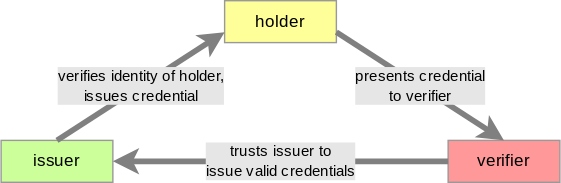
creator-assertions/identity-assertion keeps this draw.io diagram as docs/modules/ROOT/images/trust-model/basic-trust-triangle.drawio.svg. Above is the earlier version. Source tidied: cells renumbered, new cells last; positions are measured from the earlier drawing's top-left corner, leaving out a move shared by most shapes. Its diagram source:
```xml
<mxGraphModel background="#ffffff">
  <root>
    <mxCell id="0" />
    <mxCell id="1" parent="0" />
    <mxCell id="2" value="issuer" style="shape=ext;double=0;rounded=0;whiteSpace=wrap;html=1;fillColor=#CCFF99;fontColor=#000000;strokeColor=#999999;fontFamily=Roboto;fontSource=https%3A%2F%2Ffonts.googleapis.com%2Fcss%3Ffamily%3DRoboto;" parent="1" vertex="1">
      <mxGeometry y="100" width="80" height="30" as="geometry" />
    </mxCell>
    <mxCell id="3" value="verifier" style="shape=ext;double=0;rounded=0;whiteSpace=wrap;html=1;fillColor=#FF9999;fontColor=#000000;strokeColor=#999999;fontFamily=Roboto;fontSource=https%3A%2F%2Ffonts.googleapis.com%2Fcss%3Ffamily%3DRoboto;" parent="1" vertex="1">
      <mxGeometry x="320" y="100" width="80" height="30" as="geometry" />
    </mxCell>
    <mxCell id="4" value="holder" style="shape=ext;double=0;rounded=0;whiteSpace=wrap;html=1;fillColor=#FFFF99;fontColor=#000000;strokeColor=#999999;fontFamily=Roboto;fontSource=https%3A%2F%2Ffonts.googleapis.com%2Fcss%3Ffamily%3DRoboto;" parent="1" vertex="1">
      <mxGeometry x="160" width="80" height="30" as="geometry" />
    </mxCell>
    <mxCell id="5" value="&amp;nbsp; verifies identity&amp;nbsp;of holder,&amp;nbsp;&lt;br&gt;issues credential" style="endArrow=none;html=1;fontColor=#000000;entryX=0.5;entryY=0;entryDx=0;entryDy=0;exitX=0;exitY=0.75;exitDx=0;exitDy=0;strokeColor=#808080;strokeWidth=4;labelBackgroundColor=#E6E6E6;spacingTop=4;spacing=6;spacingLeft=4;spacingBottom=4;spacingRight=4;fontFamily=Roboto;fontSource=https%3A%2F%2Ffonts.googleapis.com%2Fcss%3Ffamily%3DRoboto;labelBorderColor=none;comic=0;fixDash=0;startArrow=classic;startFill=1;endFill=0;" parent="1" edge="1" source="4" target="2">
      <mxGeometry relative="1" as="geometry" />
    </mxCell>
    <mxCell id="6" value="&amp;nbsp;presents credential&amp;nbsp;&lt;br&gt;to verifier" style="endArrow=none;html=1;fontColor=#000000;entryX=1;entryY=0.75;entryDx=0;entryDy=0;exitX=0.5;exitY=0;exitDx=0;exitDy=0;strokeColor=#808080;strokeWidth=4;labelBackgroundColor=#E6E6E6;spacingTop=4;spacing=6;spacingLeft=4;spacingBottom=4;spacingRight=4;fontFamily=Roboto;fontSource=https%3A%2F%2Ffonts.googleapis.com%2Fcss%3Ffamily%3DRoboto;labelBorderColor=none;comic=0;fixDash=0;endFill=0;startArrow=classic;startFill=1;" parent="1" edge="1" source="3" target="4">
      <mxGeometry relative="1" as="geometry" />
    </mxCell>
    <mxCell id="7" value="trusts issuer to&lt;br&gt;&amp;nbsp;issue valid credentials&amp;nbsp;" style="endArrow=none;html=1;fontColor=#000000;entryX=0;entryY=0.5;entryDx=0;entryDy=0;exitX=1;exitY=0.5;exitDx=0;exitDy=0;strokeColor=#808080;strokeWidth=4;labelBackgroundColor=#E6E6E6;spacingTop=4;spacing=6;spacingLeft=4;spacingBottom=4;spacingRight=4;fontFamily=Roboto;fontSource=https%3A%2F%2Ffonts.googleapis.com%2Fcss%3Ffamily%3DRoboto;labelBorderColor=none;comic=0;fixDash=0;startArrow=classic;startFill=1;endFill=0;" parent="1" edge="1" source="2" target="3">
      <mxGeometry relative="1" as="geometry" />
    </mxCell>
  </root>
</mxGraphModel>
```
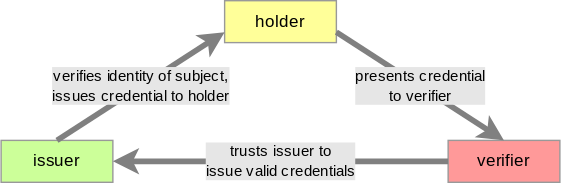
The same diagram one commit later.

Diff of the diagram source:
```diff
@@ -11,7 +11,7 @@
     <mxCell id="4" value="holder" style="shape=ext;double=0;rounded=0;whiteSpace=wrap;html=1;fillColor=#FFFF99;fontColor=#000000;strokeColor=#999999;fontFamily=Roboto;fontSource=https%3A%2F%2Ffonts.googleapis.com%2Fcss%3Ffamily%3DRoboto;" parent="1" vertex="1">
       <mxGeometry x="160" width="80" height="30" as="geometry" />
     </mxCell>
-    <mxCell id="5" value="&amp;nbsp; verifies identity&amp;nbsp;of holder,&amp;nbsp;&lt;br&gt;issues credential" style="endArrow=none;html=1;fontColor=#000000;entryX=0.5;entryY=0;entryDx=0;entryDy=0;exitX=0;exitY=0.75;exitDx=0;exitDy=0;strokeColor=#808080;strokeWidth=4;labelBackgroundColor=#E6E6E6;spacingTop=4;spacing=6;spacingLeft=4;spacingBottom=4;spacingRight=4;fontFamily=Roboto;fontSource=https%3A%2F%2Ffonts.googleapis.com%2Fcss%3Ffamily%3DRoboto;labelBorderColor=none;comic=0;fixDash=0;startArrow=classic;startFill=1;endFill=0;" parent="1" edge="1" source="4" target="2">
+    <mxCell id="5" value="&amp;nbsp; verifies identity&amp;nbsp;of subject,&amp;nbsp;&lt;br&gt;issues credential to holder" style="endArrow=none;html=1;fontColor=#000000;entryX=0.5;entryY=0;entryDx=0;entryDy=0;exitX=0;exitY=0.75;exitDx=0;exitDy=0;strokeColor=#808080;strokeWidth=4;labelBackgroundColor=#E6E6E6;spacingTop=4;spacing=6;spacingLeft=4;spacingBottom=4;spacingRight=4;fontFamily=Roboto;fontSource=https%3A%2F%2Ffonts.googleapis.com%2Fcss%3Ffamily%3DRoboto;labelBorderColor=none;comic=0;fixDash=0;startArrow=classic;startFill=1;endFill=0;" parent="1" edge="1" source="4" target="2">
       <mxGeometry relative="1" as="geometry" />
     </mxCell>
     <mxCell id="6" value="&amp;nbsp;presents credential&amp;nbsp;&lt;br&gt;to verifier" style="endArrow=none;html=1;fontColor=#000000;entryX=1;entryY=0.75;entryDx=0;entryDy=0;exitX=0.5;exitY=0;exitDx=0;exitDy=0;strokeColor=#808080;strokeWidth=4;labelBackgroundColor=#E6E6E6;spacingTop=4;spacing=6;spacingLeft=4;spacingBottom=4;spacingRight=4;fontFamily=Roboto;fontSource=https%3A%2F%2Ffonts.googleapis.com%2Fcss%3Ffamily%3DRoboto;labelBorderColor=none;comic=0;fixDash=0;endFill=0;startArrow=classic;startFill=1;" parent="1" edge="1" source="3" target="4">
```
